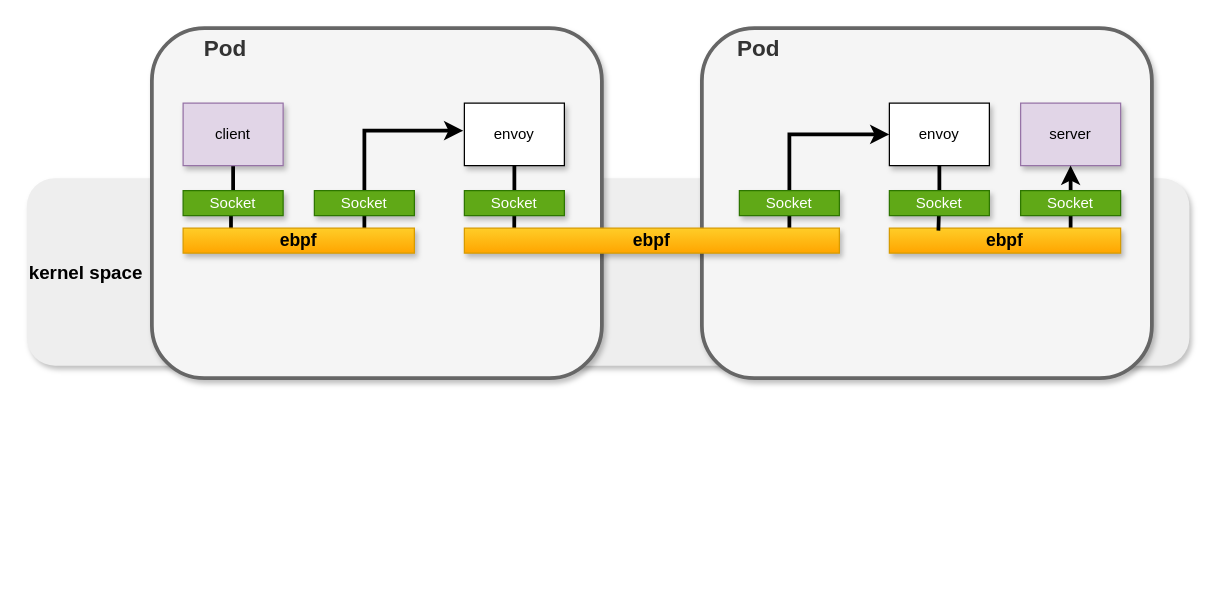
xu1zhou/Documents keeps this draw.io diagram as istio_dataflow/global_arch_before_after/sidecar datapath after ebpf.drawio. Above is the earlier version. Source tidied: cells renumbered, new cells numbered last; positions are measured from the earlier drawing's top-left corner, leaving out a move shared by most shapes. Both pictures are drawn from the tidied source at 125%, with x=0, y=0 at pixel (26, 28).
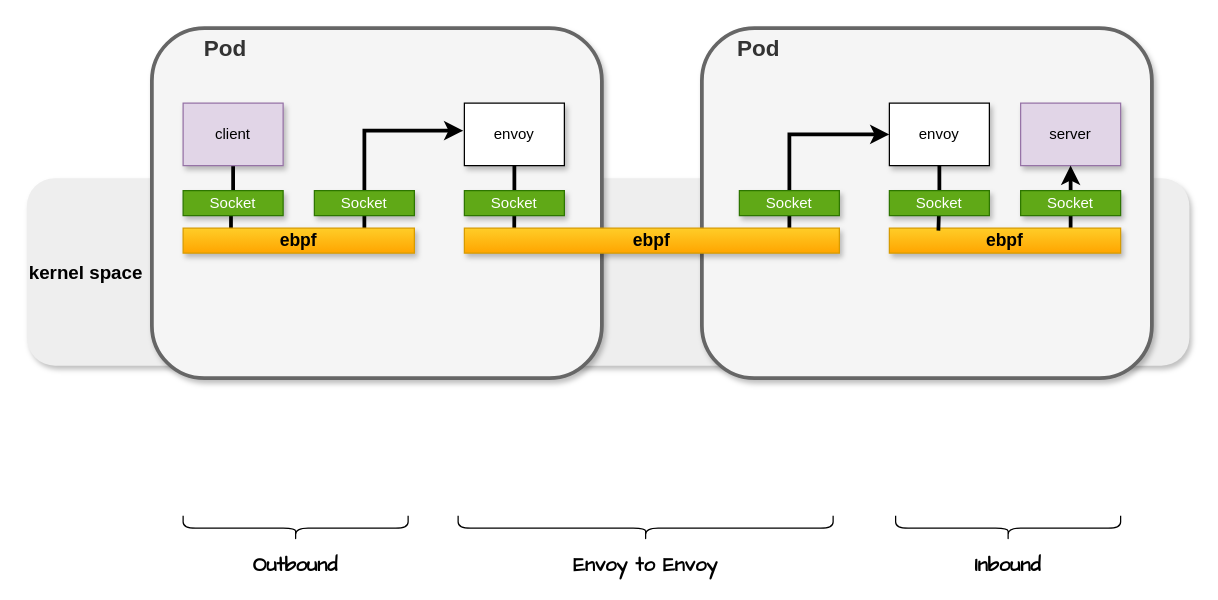
The same diagram, later.

Diff of the diagram source:
```diff
@@
+    <mxCell id="24" style="shape=curlyBracket;whiteSpace=wrap;html=1;rounded=1;flipH=1;size=0.5;rotation=90;" parent="1" vertex="1">
+      <mxGeometry x="205" y="310" width="20" height="180" as="geometry" />
+    </mxCell>
+    <mxCell id="25" style="shape=curlyBracket;whiteSpace=wrap;html=1;rounded=1;flipH=1;size=0.5;rotation=90;" parent="1" vertex="1">
+      <mxGeometry x="485" y="250" width="20" height="300" as="geometry" />
+    </mxCell>
+    <mxCell id="26" style="shape=curlyBracket;whiteSpace=wrap;html=1;rounded=1;flipH=1;size=0.5;rotation=90;" parent="1" vertex="1">
+      <mxGeometry x="775" y="310" width="20" height="180" as="geometry" />
+    </mxCell>
+    <mxCell id="27" value="&lt;b&gt;&lt;font face=&quot;Comic Sans MS&quot; style=&quot;font-size: 16px&quot;&gt;Outbound&lt;/font&gt;&lt;/b&gt;" style="text;html=1;strokeColor=none;fillColor=none;align=center;verticalAlign=middle;whiteSpace=wrap;rounded=0;" parent="1" vertex="1">
+      <mxGeometry x="195" y="420" width="40" height="20" as="geometry" />
+    </mxCell>
+    <mxCell id="28" value="&lt;b&gt;&lt;font face=&quot;Comic Sans MS&quot; style=&quot;font-size: 16px&quot;&gt;Envoy to Envoy&lt;/font&gt;&lt;/b&gt;" style="text;html=1;strokeColor=none;fillColor=none;align=center;verticalAlign=middle;whiteSpace=wrap;rounded=0;" parent="1" vertex="1">
+      <mxGeometry x="425" y="420" width="140" height="20" as="geometry" />
+    </mxCell>
+    <mxCell id="29" value="&lt;b&gt;&lt;font face=&quot;Comic Sans MS&quot; style=&quot;font-size: 16px&quot;&gt;Inbound&lt;/font&gt;&lt;/b&gt;" style="text;html=1;strokeColor=none;fillColor=none;align=center;verticalAlign=middle;whiteSpace=wrap;rounded=0;" parent="1" vertex="1">
+      <mxGeometry x="765" y="420" width="40" height="20" as="geometry" />
+    </mxCell>
```
